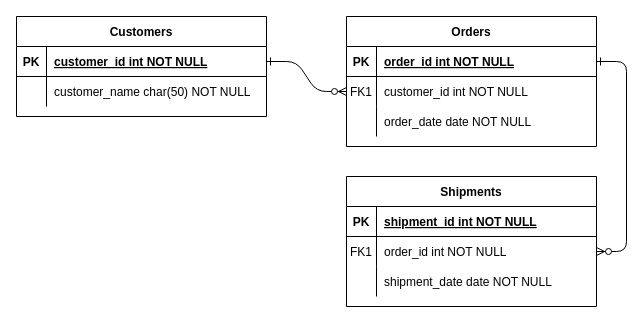
Above: Untitled Diagram.drawio in pritam421/Invoice-automation_wireFrame (draw.io), before the change. Source tidied: cells renumbered, new cells numbered last; positions are measured from the earlier drawing's top-left corner, leaving out a move shared by most shapes. Both pictures are drawn from the tidied source at 100%, with x=0, y=0 at pixel (16, 16).
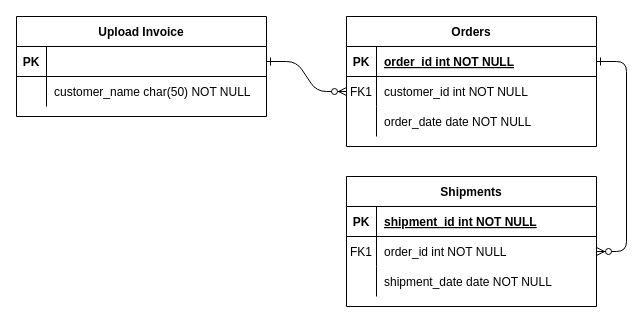
The same diagram, later.

Unchanged cells that the change refers to:
```xml
<mxCell id="25" style="shape=partialRectangle;fillColor=none;points=[[0,0.5],[1,0.5]];portConstraint=eastwest;top=0;left=0;right=0;bottom=1;" parent="24" vertex="1">
  <mxGeometry y="30" width="250" height="30" as="geometry" />
</mxCell>
```

Change to the diagram source:
```diff
@@
-    <mxCell id="24" value="Customers" style="shape=table;startSize=30;childLayout=tableLayout;rowLines=0;fontStyle=1;align=center;" parent="1" vertex="1">
+    <mxCell id="24" value="Upload Invoice" style="shape=table;startSize=30;childLayout=tableLayout;rowLines=0;fontStyle=1;align=center;" parent="1" vertex="1">
       <mxGeometry width="250" height="100" as="geometry" />
     </mxCell>
@@
-    <mxCell id="27" value="customer_id int NOT NULL " style="shape=partialRectangle;overflow=hidden;fillColor=none;top=0;left=0;bottom=0;right=0;align=left;spacingLeft=6;fontStyle=5;" parent="25" vertex="1">
+    <mxCell id="27" style="shape=partialRectangle;overflow=hidden;fillColor=none;top=0;left=0;bottom=0;right=0;align=left;spacingLeft=6;fontStyle=5;" parent="25" vertex="1">
       <mxGeometry x="30" width="220" height="30" as="geometry" />
     </mxCell>
```
